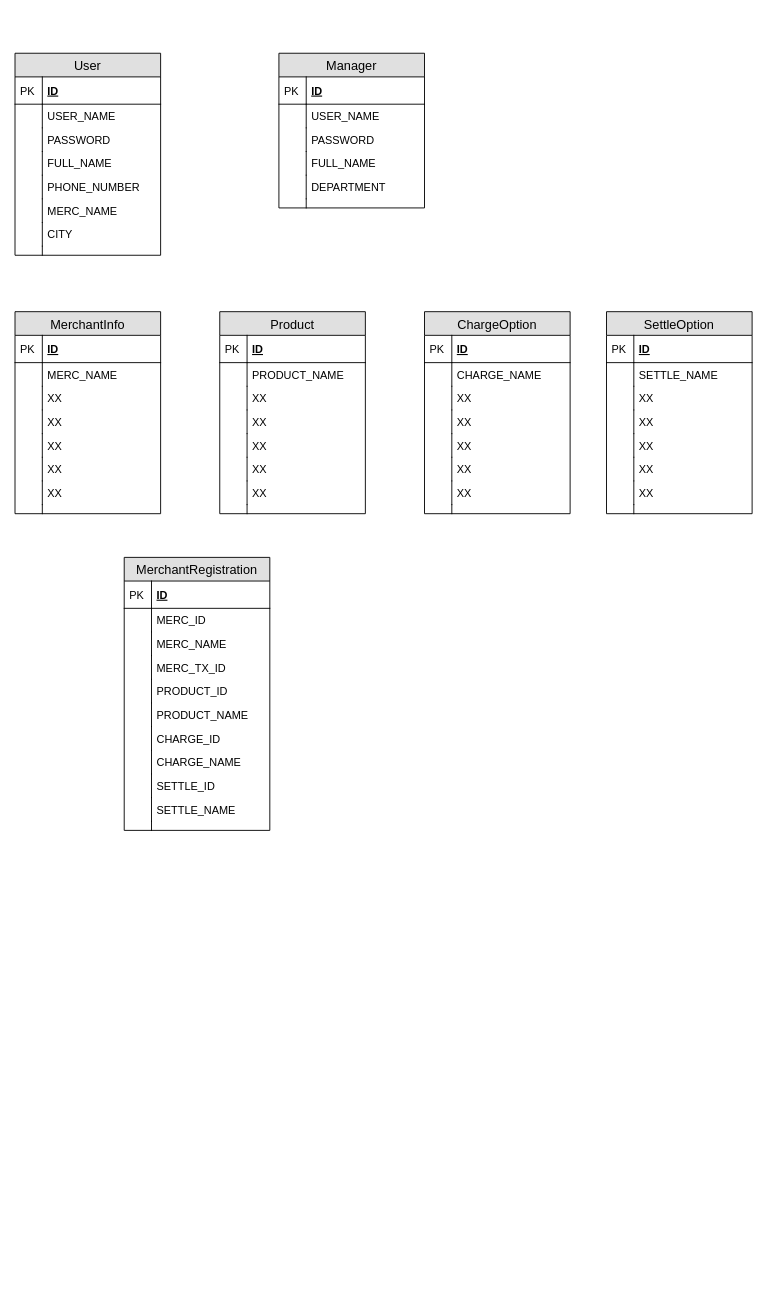
havenqi/Draw.io keeps this draw.io diagram as Untitled Diagram.drawio. Above is the earlier version. Source tidied: cells renumbered, new cells numbered last; positions are measured from the earlier drawing's top-left corner, leaving out a move shared by most shapes. Both pictures are drawn from the tidied source at 91%, with x=0, y=0 at pixel (15, 53).
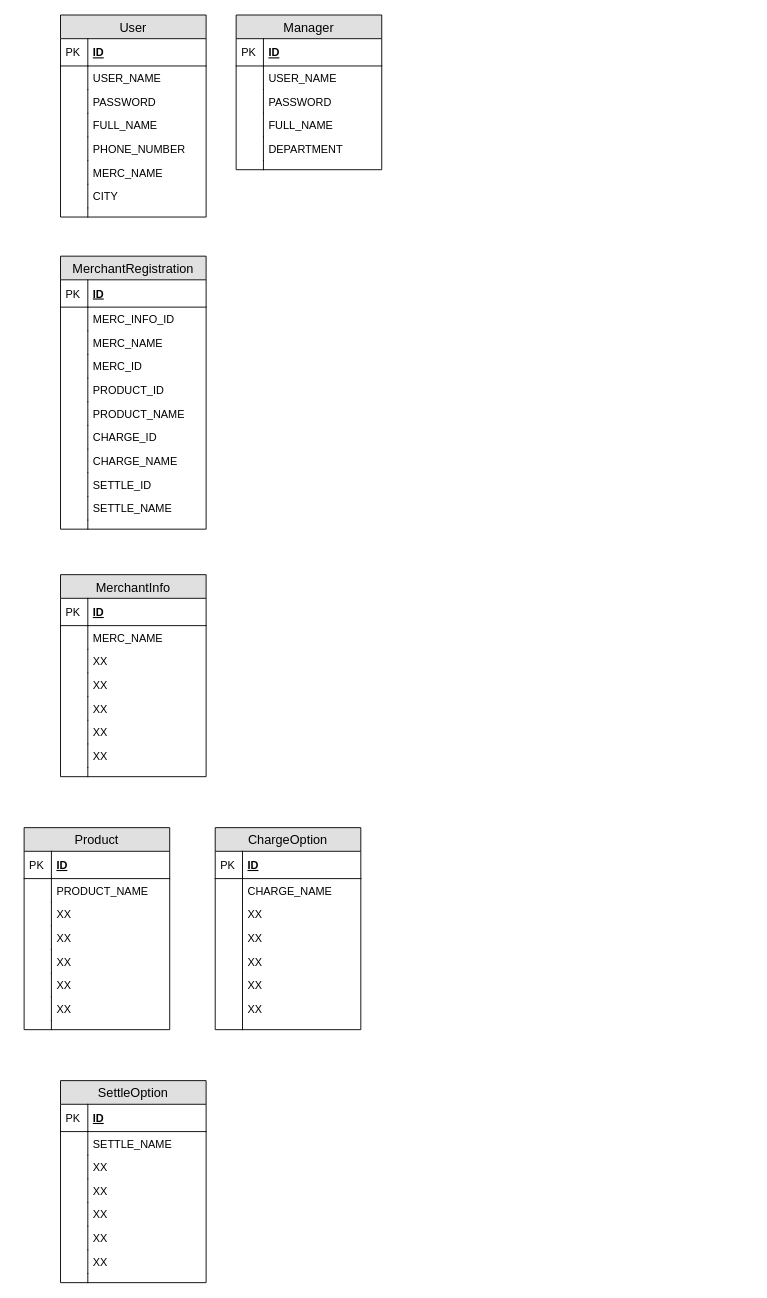
Above is the later version.

Change to the diagram source:
```diff
@@
     <mxCell id="2" value="User" style="swimlane;fontStyle=0;horizontal=1;startSize=26;fillColor=#e0e0e0;swimlaneFillColor=#ffffff;align=center;fontSize=14;" parent="1" vertex="1">
-      <mxGeometry width="160" height="222" as="geometry" />
+      <mxGeometry x="50" y="-42" width="160" height="222" as="geometry" />
     </mxCell>
@@
     <mxCell id="19" value="Manager" style="swimlane;fontStyle=0;horizontal=1;startSize=26;fillColor=#e0e0e0;swimlaneFillColor=#ffffff;align=center;fontSize=14;" parent="1" vertex="1">
-      <mxGeometry x="290" width="160" height="170" as="geometry" />
+      <mxGeometry x="243" y="-42" width="160" height="170" as="geometry" />
     </mxCell>
@@
     <mxCell id="32" value="MerchantInfo" style="swimlane;fontStyle=0;horizontal=1;startSize=26;fillColor=#e0e0e0;swimlaneFillColor=#ffffff;align=center;fontSize=14;" parent="1" vertex="1">
-      <mxGeometry y="284" width="160" height="222" as="geometry" />
+      <mxGeometry x="50" y="573" width="160" height="222" as="geometry" />
     </mxCell>
@@
     <mxCell id="49" value="Product" style="swimlane;fontStyle=0;horizontal=1;startSize=26;fillColor=#e0e0e0;swimlaneFillColor=#ffffff;align=center;fontSize=14;" parent="1" vertex="1">
-      <mxGeometry x="225" y="284" width="160" height="222" as="geometry" />
+      <mxGeometry x="10" y="851" width="160" height="222" as="geometry" />
     </mxCell>
@@
     <mxCell id="66" value="ChargeOption" style="swimlane;fontStyle=0;horizontal=1;startSize=26;fillColor=#e0e0e0;swimlaneFillColor=#ffffff;align=center;fontSize=14;" parent="1" vertex="1">
-      <mxGeometry x="450" y="284" width="160" height="222" as="geometry" />
+      <mxGeometry x="220" y="851" width="160" height="222" as="geometry" />
     </mxCell>
@@
     <mxCell id="83" value="SettleOption" style="swimlane;fontStyle=0;horizontal=1;startSize=26;fillColor=#e0e0e0;swimlaneFillColor=#ffffff;align=center;fontSize=14;" parent="1" vertex="1">
-      <mxGeometry x="650" y="284" width="160" height="222" as="geometry" />
+      <mxGeometry x="50" y="1129" width="160" height="222" as="geometry" />
     </mxCell>
@@
     <mxCell id="100" value="MerchantRegistration" style="swimlane;fontStyle=0;horizontal=1;startSize=26;fillColor=#e0e0e0;swimlaneFillColor=#ffffff;align=center;fontSize=14;" parent="1" vertex="1">
-      <mxGeometry x="120" y="554" width="160" height="300" as="geometry" />
+      <mxGeometry x="50" y="223" width="160" height="300" as="geometry" />
     </mxCell>
@@
-    <mxCell id="103" value="MERC_ID" style="shape=partialRectangle;top=0;left=0;right=0;bottom=0;align=left;verticalAlign=top;fillColor=none;spacingLeft=34;spacingRight=4;overflow=hidden;fontSize=12;" parent="100" vertex="1">
+    <mxCell id="103" value="MERC_INFO_ID" style="shape=partialRectangle;top=0;left=0;right=0;bottom=0;align=left;verticalAlign=top;fillColor=none;spacingLeft=34;spacingRight=4;overflow=hidden;fontSize=12;" parent="100" vertex="1">
       <mxGeometry y="56" width="160" height="26" as="geometry" />
     </mxCell>
@@
-    <mxCell id="107" value="MERC_TX_ID" style="shape=partialRectangle;top=0;left=0;right=0;bottom=0;align=left;verticalAlign=top;fillColor=none;spacingLeft=34;spacingRight=4;overflow=hidden;fontSize=12;" parent="100" vertex="1">
+    <mxCell id="107" value="MERC_ID" style="shape=partialRectangle;top=0;left=0;right=0;bottom=0;align=left;verticalAlign=top;fillColor=none;spacingLeft=34;spacingRight=4;overflow=hidden;fontSize=12;" parent="100" vertex="1">
       <mxGeometry y="108" width="160" height="26" as="geometry" />
     </mxCell>
```
